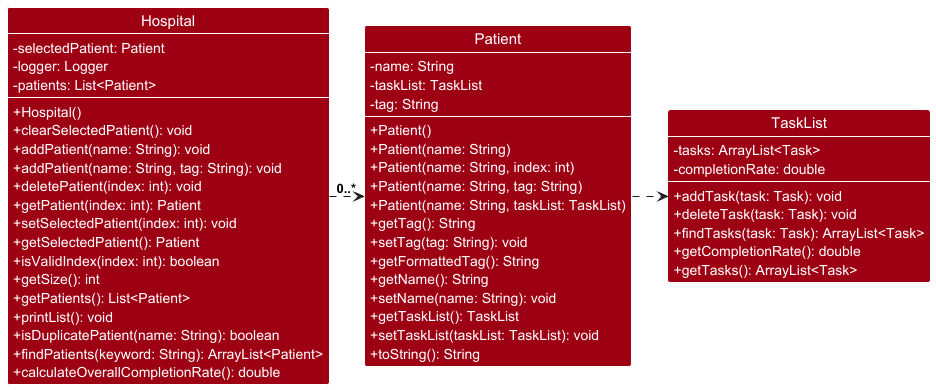
This is docs/images/HospitalClassDiagram.png from nus-cs2113-AY2425S1/tp, a PlantUML export, as it was before one commit. Source of this version:
```plantuml
@startuml

!include style.puml

class Hospital DATA_COLOR {
    - selectedPatient: Patient
    - logger: Logger
    - patients: List<Patient>

    + Hospital()
    + clearSelectedPatient(): void
    + addPatient(name: String): void
    + addPatient(name: String, tag: String): void
    + deletePatient(index: int): void
    + getPatient(index: int): Patient
    + setSelectedPatient(index: int): void
    + getSelectedPatient(): Patient
    + isValidIndex(index: int): boolean
    + getSize(): int
    + getPatients(): List<Patient>
    + printList(): void
    + isDuplicatePatient(name: String): boolean
    + findPatients(keyword: String): ArrayList<Patient>
    + calculateOverallCompletionRate(): double
}

class Patient DATA_COLOR {
    - name: String
    - taskList: TaskList
    - tag: String

    + Patient()
    + Patient(name: String)
    + Patient(name: String, index: int)
    + Patient(name: String, tag: String)
    + Patient(name: String, taskList: TaskList)
    + getTag(): String
    + setTag(tag: String): void
    + getFormattedTag(): String
    + getName(): String
    + setName(name: String): void
    + getTaskList(): TaskList
    + setTaskList(taskList: TaskList): void
    + toString(): String
}


class TaskList DATA_COLOR {
    - tasks: ArrayList<Task>
    - completionRate: double

    + addTask(task: Task): void
    + deleteTask(task: Task): void
    + findTasks(task: Task): ArrayList<Task>
    + getCompletionRate(): double
    + getTasks(): ArrayList<Task>
}


Hospital .right.> "0..*" Patient
Patient .right.> TaskList

@enduml
```
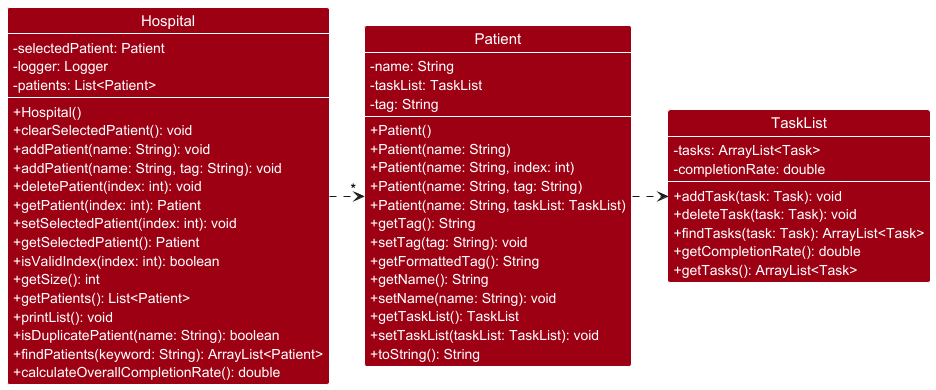
After the commit.

Commit message:
Fix Hospital Class Diagram Multiplicity

Changes made:
* Updated Multiplicity to standard notation

These updates enhance readability,making the diagrams more intuitive
for users to read.

What changed in the source:
```diff
@@ -57,7 +57,7 @@
 }
 
 
-Hospital .right.> "0..*" Patient
+Hospital .right.> "*" Patient
 Patient .right.> TaskList
 
 @enduml
```
